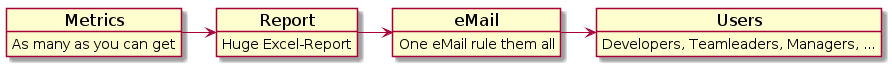
Before: pres_overview/build/html/_images/plantuml-23dab866e4d49bb7df510c58e6c452919062a82f.png, a diagram exported from PlantUML (useblocks/presentations).
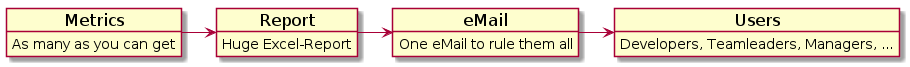
Above is the later version.

What changed in the source:
```diff
@@ -25,7 +25,7 @@
 }
 
 object eMail {
-One eMail rule them all
+One eMail to rule them all
 }
 
 object Users {
```
